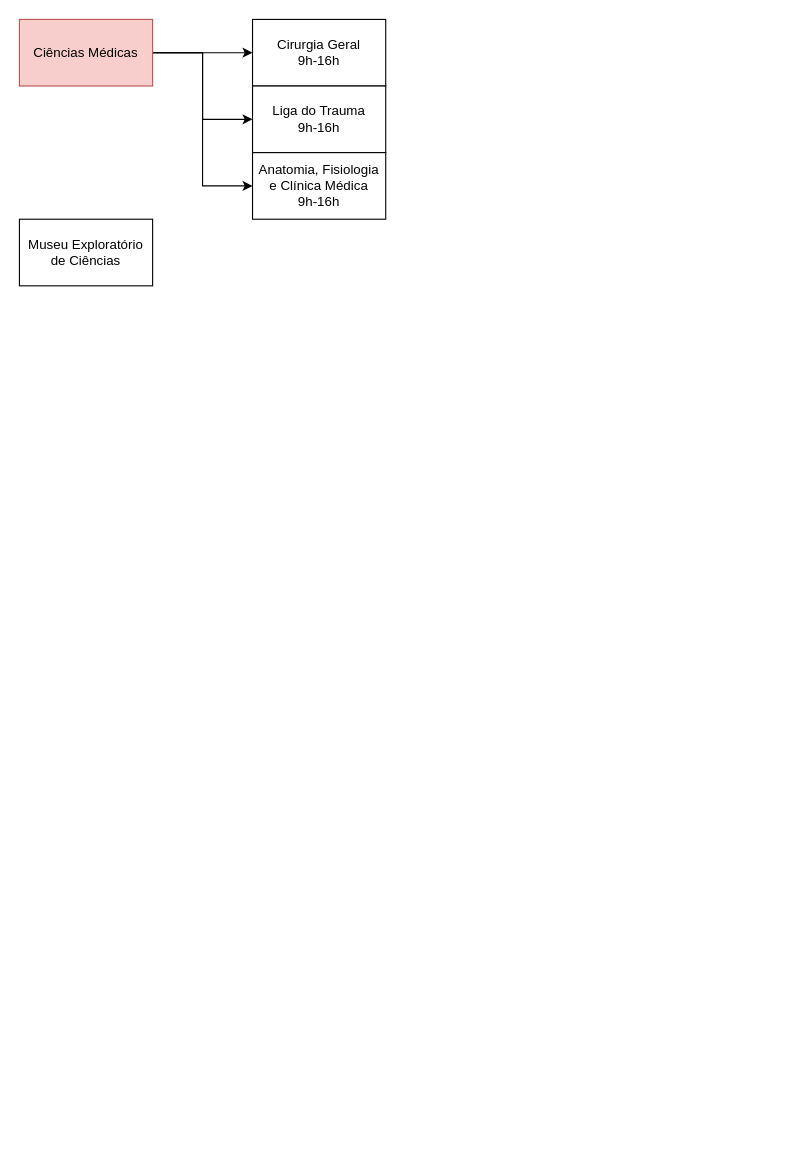
levitheworst/personal keeps this draw.io diagram as page "Horários" (2 of 2) of planounicamp.drawio. Above is the earlier version. Source tidied: cells renumbered, new cells numbered last; positions are measured from the earlier drawing's top-left corner, leaving out a move shared by most shapes. Both pictures are drawn from the tidied source at 111%, with x=0, y=0 at pixel (19, 19).
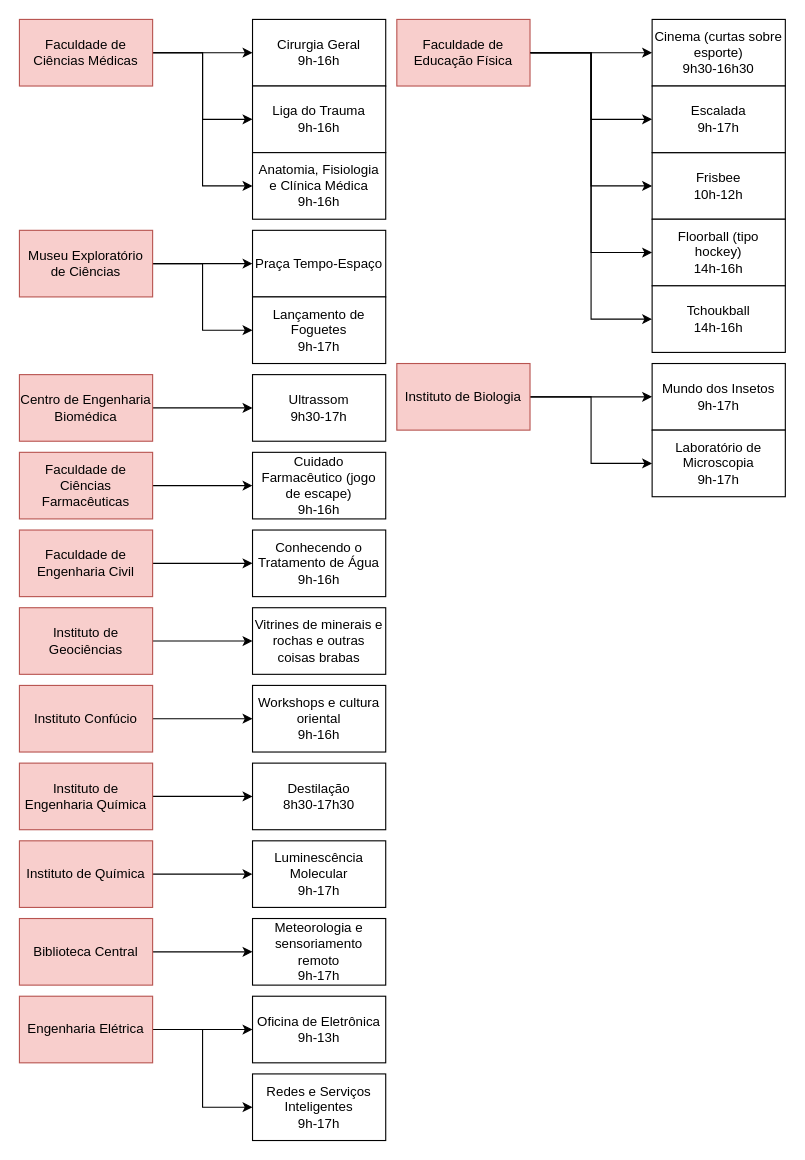
After the change.

Diff of the diagram source:
```diff
@@
-    <mxCell id="5" value="Ciências Médicas" style="rounded=0;whiteSpace=wrap;html=1;fillColor=#f8cecc;strokeColor=#b85450;" parent="1" vertex="1">
+    <mxCell id="5" value="Faculdade de Ciências Médicas" style="rounded=0;whiteSpace=wrap;html=1;fillColor=#f8cecc;strokeColor=#b85450;" parent="1" vertex="1">
       <mxGeometry width="120" height="60" as="geometry" />
     </mxCell>
@@
+    <mxCell id="10" style="edgeStyle=orthogonalEdgeStyle;rounded=0;jettySize=auto;html=1;exitX=1;exitY=0.5;exitDx=0;exitDy=0;entryX=0;entryY=0.5;entryDx=0;entryDy=0;" parent="1" edge="1" source="9" target="12">
+      <mxGeometry relative="1" as="geometry" />
+    </mxCell>
+    <mxCell id="11" style="edgeStyle=orthogonalEdgeStyle;rounded=0;jettySize=auto;html=1;exitX=1;exitY=0.5;exitDx=0;exitDy=0;entryX=0;entryY=0.5;entryDx=0;entryDy=0;" parent="1" edge="1" source="9" target="13">
+      <mxGeometry relative="1" as="geometry" />
+    </mxCell>
-    <mxCell id="9" value="Museu Exploratório de Ciências" style="rounded=0;whiteSpace=wrap;html=1;" parent="1" vertex="1">
-      <mxGeometry y="180" width="120" height="60" as="geometry" />
+    <mxCell id="9" value="Museu Exploratório de Ciências" style="rounded=0;whiteSpace=wrap;html=1;fillColor=#f8cecc;strokeColor=#b85450;" parent="1" vertex="1">
+      <mxGeometry y="190" width="120" height="60" as="geometry" />
     </mxCell>
+    <mxCell id="12" value="Praça Tempo-Espaço" style="rounded=0;whiteSpace=wrap;html=1;" parent="1" vertex="1">
+      <mxGeometry x="210" y="190" width="120" height="60" as="geometry" />
+    </mxCell>
+    <mxCell id="13" value="Lançamento de Foguetes&lt;div&gt;9h-17h&lt;/div&gt;" style="rounded=0;whiteSpace=wrap;html=1;" parent="1" vertex="1">
+      <mxGeometry x="210" y="250" width="120" height="60" as="geometry" />
+    </mxCell>
+    <mxCell id="14" style="edgeStyle=orthogonalEdgeStyle;rounded=0;jettySize=auto;html=1;exitX=1;exitY=0.5;exitDx=0;exitDy=0;entryX=0;entryY=0.5;entryDx=0;entryDy=0;" parent="1" edge="1" source="15" target="16">
+      <mxGeometry relative="1" as="geometry" />
+    </mxCell>
+    <mxCell id="15" value="Centro de Engenharia Biomédica" style="rounded=0;whiteSpace=wrap;html=1;fillColor=#f8cecc;strokeColor=#b85450;" parent="1" vertex="1">
+      <mxGeometry y="320" width="120" height="60" as="geometry" />
+    </mxCell>
+    <mxCell id="16" value="Ultrassom&lt;div&gt;9h30-17h&lt;/div&gt;" style="rounded=0;whiteSpace=wrap;html=1;" parent="1" vertex="1">
+      <mxGeometry x="210" y="320" width="120" height="60" as="geometry" />
+    </mxCell>
+    <mxCell id="17" style="edgeStyle=orthogonalEdgeStyle;rounded=0;jettySize=auto;html=1;exitX=1;exitY=0.5;exitDx=0;exitDy=0;entryX=0;entryY=0.5;entryDx=0;entryDy=0;" parent="1" edge="1" source="18" target="19">
+      <mxGeometry relative="1" as="geometry" />
+    </mxCell>
+    <mxCell id="18" value="Faculdade de Ciências Farmacêuticas" style="rounded=0;whiteSpace=wrap;html=1;fillColor=#f8cecc;strokeColor=#b85450;" parent="1" vertex="1">
+      <mxGeometry y="390" width="120" height="60" as="geometry" />
+    </mxCell>
+    <mxCell id="19" value="Cuidado Farmacêutico (jogo de escape)&lt;div&gt;9h-16h&lt;/div&gt;" style="rounded=0;whiteSpace=wrap;html=1;" parent="1" vertex="1">
+      <mxGeometry x="210" y="390" width="120" height="60" as="geometry" />
+    </mxCell>
+    <mxCell id="20" style="edgeStyle=orthogonalEdgeStyle;rounded=0;jettySize=auto;html=1;exitX=1;exitY=0.5;exitDx=0;exitDy=0;entryX=0;entryY=0.5;entryDx=0;entryDy=0;" parent="1" edge="1" source="21" target="22">
+      <mxGeometry relative="1" as="geometry" />
+    </mxCell>
+    <mxCell id="21" value="Faculdade de Engenharia Civil" style="rounded=0;whiteSpace=wrap;html=1;fillColor=#f8cecc;strokeColor=#b85450;" parent="1" vertex="1">
+      <mxGeometry y="460" width="120" height="60" as="geometry" />
+    </mxCell>
+    <mxCell id="22" value="Conhecendo o Tratamento de Água&lt;div&gt;9h-16h&lt;/div&gt;" style="rounded=0;whiteSpace=wrap;html=1;" parent="1" vertex="1">
+      <mxGeometry x="210" y="460" width="120" height="60" as="geometry" />
+    </mxCell>
+    <mxCell id="23" style="edgeStyle=orthogonalEdgeStyle;rounded=0;jettySize=auto;html=1;exitX=1;exitY=0.5;exitDx=0;exitDy=0;entryX=0;entryY=0.5;entryDx=0;entryDy=0;" parent="1" edge="1" source="24" target="25">
+      <mxGeometry relative="1" as="geometry" />
+    </mxCell>
+    <mxCell id="24" value="Instituto de Geociências" style="rounded=0;whiteSpace=wrap;html=1;fillColor=#f8cecc;strokeColor=#b85450;" parent="1" vertex="1">
+      <mxGeometry y="530" width="120" height="60" as="geometry" />
+    </mxCell>
+    <mxCell id="25" value="Vitrines de minerais e rochas e outras coisas brabas" style="rounded=0;whiteSpace=wrap;html=1;" parent="1" vertex="1">
+      <mxGeometry x="210" y="530" width="120" height="60" as="geometry" />
+    </mxCell>
+    <mxCell id="26" style="edgeStyle=orthogonalEdgeStyle;rounded=0;jettySize=auto;html=1;exitX=1;exitY=0.5;exitDx=0;exitDy=0;entryX=0;entryY=0.5;entryDx=0;entryDy=0;" parent="1" edge="1" source="27" target="28">
+      <mxGeometry relative="1" as="geometry" />
+    </mxCell>
+    <mxCell id="27" value="Instituto Confúcio" style="rounded=0;whiteSpace=wrap;html=1;fillColor=#f8cecc;strokeColor=#b85450;" parent="1" vertex="1">
+      <mxGeometry y="600" width="120" height="60" as="geometry" />
+    </mxCell>
+    <mxCell id="28" value="Workshops e cultura oriental&lt;div&gt;9h-16h&lt;/div&gt;" style="rounded=0;whiteSpace=wrap;html=1;" parent="1" vertex="1">
+      <mxGeometry x="210" y="600" width="120" height="60" as="geometry" />
+    </mxCell>
+    <mxCell id="29" style="edgeStyle=orthogonalEdgeStyle;rounded=0;jettySize=auto;html=1;exitX=1;exitY=0.5;exitDx=0;exitDy=0;entryX=0;entryY=0.5;entryDx=0;entryDy=0;" parent="1" edge="1" source="30" target="31">
+      <mxGeometry relative="1" as="geometry" />
+    </mxCell>
+    <mxCell id="30" value="Instituto de Engenharia Química" style="rounded=0;whiteSpace=wrap;html=1;fillColor=#f8cecc;strokeColor=#b85450;" parent="1" vertex="1">
+      <mxGeometry y="670" width="120" height="60" as="geometry" />
+    </mxCell>
+    <mxCell id="31" value="Destilação&lt;div&gt;8h30-17h30&lt;/div&gt;" style="rounded=0;whiteSpace=wrap;html=1;" parent="1" vertex="1">
+      <mxGeometry x="210" y="670" width="120" height="60" as="geometry" />
+    </mxCell>
+    <mxCell id="32" style="edgeStyle=orthogonalEdgeStyle;rounded=0;jettySize=auto;html=1;exitX=1;exitY=0.5;exitDx=0;exitDy=0;entryX=0;entryY=0.5;entryDx=0;entryDy=0;" parent="1" edge="1" source="33" target="34">
+      <mxGeometry relative="1" as="geometry" />
+    </mxCell>
+    <mxCell id="33" value="Instituto de Química" style="rounded=0;whiteSpace=wrap;html=1;fillColor=#f8cecc;strokeColor=#b85450;" parent="1" vertex="1">
+      <mxGeometry y="740" width="120" height="60" as="geometry" />
+    </mxCell>
+    <mxCell id="34" value="Luminescência Molecular&lt;div&gt;9h-17h&lt;/div&gt;" style="rounded=0;whiteSpace=wrap;html=1;" parent="1" vertex="1">
+      <mxGeometry x="210" y="740" width="120" height="60" as="geometry" />
+    </mxCell>
+    <mxCell id="35" style="edgeStyle=orthogonalEdgeStyle;rounded=0;jettySize=auto;html=1;exitX=1;exitY=0.5;exitDx=0;exitDy=0;entryX=0;entryY=0.5;entryDx=0;entryDy=0;" parent="1" edge="1" source="36" target="37">
+      <mxGeometry relative="1" as="geometry" />
+    </mxCell>
+    <mxCell id="36" value="Biblioteca Central" style="rounded=0;whiteSpace=wrap;html=1;fillColor=#f8cecc;strokeColor=#b85450;" parent="1" vertex="1">
+      <mxGeometry y="810" width="120" height="60" as="geometry" />
+    </mxCell>
+    <mxCell id="37" value="Meteorologia e sensoriamento remoto&lt;div&gt;9h-17h&lt;/div&gt;" style="rounded=0;whiteSpace=wrap;html=1;" parent="1" vertex="1">
+      <mxGeometry x="210" y="810" width="120" height="60" as="geometry" />
+    </mxCell>
+    <mxCell id="38" style="edgeStyle=orthogonalEdgeStyle;rounded=0;jettySize=auto;html=1;exitX=1;exitY=0.5;exitDx=0;exitDy=0;entryX=0;entryY=0.5;entryDx=0;entryDy=0;" parent="1" edge="1" source="40" target="41">
+      <mxGeometry relative="1" as="geometry" />
+    </mxCell>
+    <mxCell id="39" style="edgeStyle=orthogonalEdgeStyle;rounded=0;jettySize=auto;html=1;exitX=1;exitY=0.5;exitDx=0;exitDy=0;entryX=0;entryY=0.5;entryDx=0;entryDy=0;" parent="1" edge="1" source="40" target="42">
+      <mxGeometry relative="1" as="geometry" />
+    </mxCell>
+    <mxCell id="40" value="Engenharia Elétrica" style="rounded=0;whiteSpace=wrap;html=1;fillColor=#f8cecc;strokeColor=#b85450;" parent="1" vertex="1">
+      <mxGeometry y="880" width="120" height="60" as="geometry" />
+    </mxCell>
+    <mxCell id="41" value="Oficina de Eletrônica&lt;div&gt;9h-13h&lt;/div&gt;" style="rounded=0;whiteSpace=wrap;html=1;" parent="1" vertex="1">
+      <mxGeometry x="210" y="880" width="120" height="60" as="geometry" />
+    </mxCell>
+    <mxCell id="42" value="Redes e Serviços Inteligentes&lt;div&gt;9h-17h&lt;/div&gt;" style="rounded=0;whiteSpace=wrap;html=1;" parent="1" vertex="1">
+      <mxGeometry x="210" y="950" width="120" height="60" as="geometry" />
+    </mxCell>
+    <mxCell id="43" style="edgeStyle=orthogonalEdgeStyle;rounded=0;jettySize=auto;html=1;exitX=1;exitY=0.5;exitDx=0;exitDy=0;entryX=0;entryY=0.5;entryDx=0;entryDy=0;" parent="1" edge="1" source="47" target="49">
+      <mxGeometry relative="1" as="geometry" />
+    </mxCell>
+    <mxCell id="44" style="edgeStyle=orthogonalEdgeStyle;rounded=0;jettySize=auto;html=1;exitX=1;exitY=0.5;exitDx=0;exitDy=0;entryX=0;entryY=0.5;entryDx=0;entryDy=0;" parent="1" edge="1" source="47" target="48">
+      <mxGeometry relative="1" as="geometry" />
+    </mxCell>
+    <mxCell id="45" style="edgeStyle=orthogonalEdgeStyle;rounded=0;jettySize=auto;html=1;exitX=1;exitY=0.5;exitDx=0;exitDy=0;entryX=0;entryY=0.5;entryDx=0;entryDy=0;" parent="1" edge="1" source="47" target="50">
+      <mxGeometry relative="1" as="geometry" />
+    </mxCell>
+    <mxCell id="46" style="edgeStyle=orthogonalEdgeStyle;rounded=0;jettySize=auto;html=1;exitX=1;exitY=0.5;exitDx=0;exitDy=0;entryX=0;entryY=0.5;entryDx=0;entryDy=0;" parent="1" edge="1" source="47" target="51">
+      <mxGeometry relative="1" as="geometry" />
+    </mxCell>
+    <mxCell id="47" value="Faculdade de Educação Física" style="rounded=0;whiteSpace=wrap;html=1;fillColor=#f8cecc;strokeColor=#b85450;" parent="1" vertex="1">
+      <mxGeometry x="340" width="120" height="60" as="geometry" />
+    </mxCell>
+    <mxCell id="48" value="Cinema (curtas sobre esporte)&lt;div&gt;9h30-16h30&lt;/div&gt;" style="rounded=0;whiteSpace=wrap;html=1;" parent="1" vertex="1">
+      <mxGeometry x="570" width="120" height="60" as="geometry" />
+    </mxCell>
+    <mxCell id="49" value="Frisbee&lt;div&gt;10h-12h&lt;/div&gt;" style="rounded=0;whiteSpace=wrap;html=1;" parent="1" vertex="1">
+      <mxGeometry x="570" y="120" width="120" height="60" as="geometry" />
+    </mxCell>
+    <mxCell id="50" value="Floorball (tipo hockey)&lt;div&gt;14h-16h&lt;/div&gt;" style="rounded=0;whiteSpace=wrap;html=1;" parent="1" vertex="1">
+      <mxGeometry x="570" y="180" width="120" height="60" as="geometry" />
+    </mxCell>
+    <mxCell id="51" value="Tchoukball&lt;div&gt;14h-16h&lt;/div&gt;" style="rounded=0;whiteSpace=wrap;html=1;" parent="1" vertex="1">
+      <mxGeometry x="570" y="240" width="120" height="60" as="geometry" />
+    </mxCell>
+    <mxCell id="52" value="Escalada&lt;div&gt;9h-17h&lt;/div&gt;" style="rounded=0;whiteSpace=wrap;html=1;" parent="1" vertex="1">
+      <mxGeometry x="570" y="60" width="120" height="60" as="geometry" />
+    </mxCell>
+    <mxCell id="53" style="edgeStyle=orthogonalEdgeStyle;rounded=0;jettySize=auto;html=1;exitX=1;exitY=0.5;exitDx=0;exitDy=0;entryX=0;entryY=0.5;entryDx=0;entryDy=0;" parent="1" edge="1" source="47" target="52">
+      <mxGeometry relative="1" as="geometry" />
+    </mxCell>
+    <mxCell id="54" style="edgeStyle=orthogonalEdgeStyle;rounded=0;jettySize=auto;html=1;exitX=1;exitY=0.5;exitDx=0;exitDy=0;entryX=0;entryY=0.5;entryDx=0;entryDy=0;" parent="1" edge="1" source="56" target="57">
+      <mxGeometry relative="1" as="geometry" />
+    </mxCell>
+    <mxCell id="55" style="edgeStyle=orthogonalEdgeStyle;rounded=0;jettySize=auto;html=1;exitX=1;exitY=0.5;exitDx=0;exitDy=0;entryX=0;entryY=0.5;entryDx=0;entryDy=0;" parent="1" edge="1" source="56" target="58">
+      <mxGeometry relative="1" as="geometry" />
+    </mxCell>
+    <mxCell id="56" value="Instituto de Biologia" style="rounded=0;whiteSpace=wrap;html=1;fillColor=#f8cecc;strokeColor=#b85450;" parent="1" vertex="1">
+      <mxGeometry x="340" y="310" width="120" height="60" as="geometry" />
+    </mxCell>
+    <mxCell id="57" value="Mundo dos Insetos&lt;div&gt;9h-17h&lt;/div&gt;" style="rounded=0;whiteSpace=wrap;html=1;" parent="1" vertex="1">
+      <mxGeometry x="570" y="310" width="120" height="60" as="geometry" />
+    </mxCell>
+    <mxCell id="58" value="Laboratório de Microscopia&lt;div&gt;9h-17h&lt;/div&gt;" style="rounded=0;whiteSpace=wrap;html=1;" parent="1" vertex="1">
+      <mxGeometry x="570" y="370" width="120" height="60" as="geometry" />
+    </mxCell>
```
